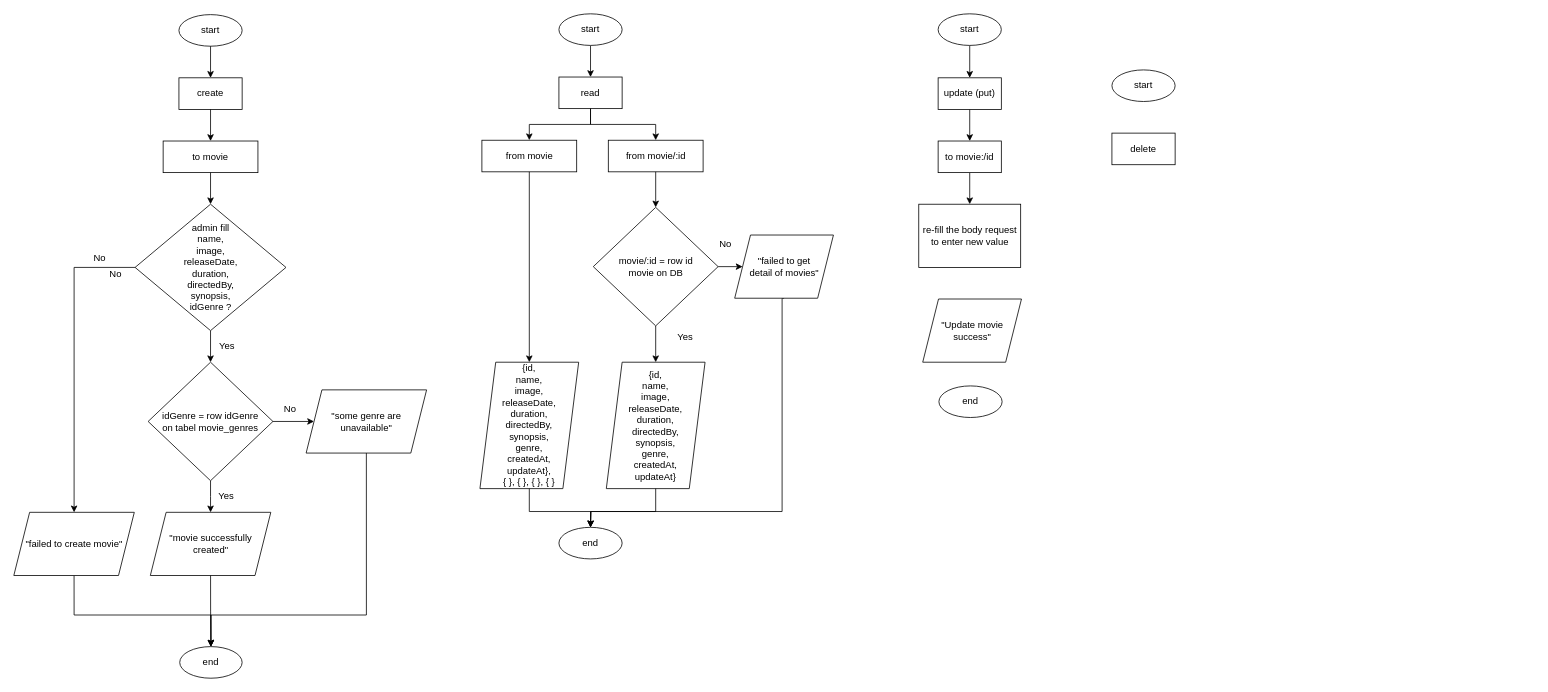
Earlier version of the draw.io diagram Flowchart.drawio (budimanindra/backend-tickitz). Source tidied: cells renumbered, new cells numbered last; positions are measured from the earlier drawing's top-left corner, leaving out a move shared by most shapes. Both pictures are drawn from the tidied source at 79%, with x=0, y=0 at pixel (13, 13).
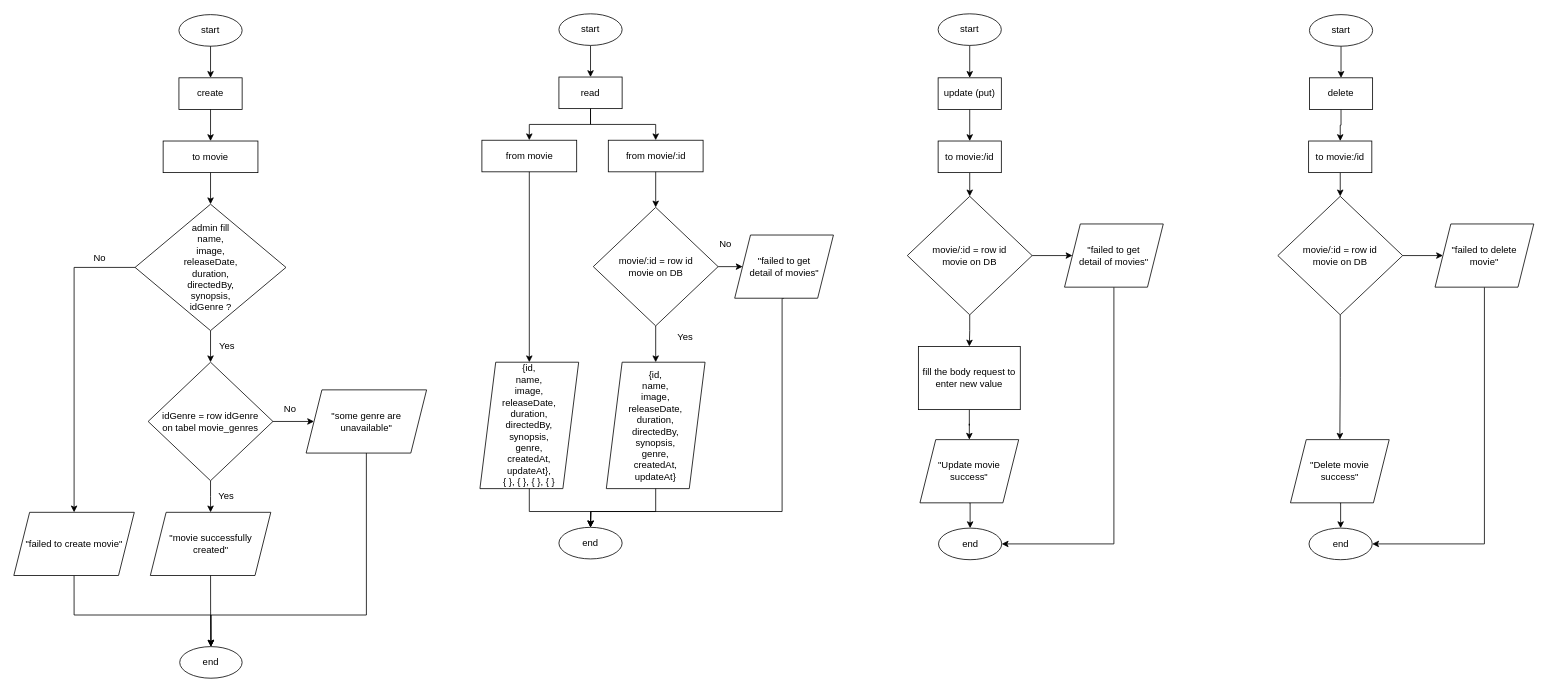
The same diagram, later.

The change refers to these unchanged cells:
```xml
<mxCell id="30" style="group;" parent="1" vertex="1">
  <mxGeometry y="1" width="522.5" height="840" as="geometry" />
</mxCell>
<mxCell id="56" value="to movie:/id" style="rounded=0;whiteSpace=wrap;html=1;" parent="1" vertex="1">
  <mxGeometry x="1170" y="161" width="80" height="40" as="geometry" />
</mxCell>
```

What changed in the source:
```diff
@@
+    <mxCell id="60" style="edgeStyle=orthogonalEdgeStyle;rounded=0;jettySize=auto;html=1;exitX=0.5;exitY=1;exitDx=0;exitDy=0;entryX=0.5;entryY=0;entryDx=0;entryDy=0;" parent="1" edge="1" source="2" target="71">
+      <mxGeometry relative="1" as="geometry" />
+    </mxCell>
     <mxCell id="2" value="delete" style="rounded=0;whiteSpace=wrap;html=1;" parent="1" vertex="1">
-      <mxGeometry x="1390" y="151" width="80" height="40" as="geometry" />
+      <mxGeometry x="1640" y="81" width="80" height="40" as="geometry" />
     </mxCell>
@@
+    <mxCell id="61" style="edgeStyle=orthogonalEdgeStyle;rounded=0;jettySize=auto;html=1;exitX=0.5;exitY=1;exitDx=0;exitDy=0;entryX=0.5;entryY=0;entryDx=0;entryDy=0;" parent="1" edge="1" source="7" target="2">
+      <mxGeometry relative="1" as="geometry" />
+    </mxCell>
     <mxCell id="7" value="start" style="ellipse;whiteSpace=wrap;html=1;" parent="1" vertex="1">
-      <mxGeometry x="1390" y="71" width="80" height="40" as="geometry" />
+      <mxGeometry x="1640" y="1" width="80" height="40" as="geometry" />
     </mxCell>
@@
-    <mxCell id="54" value="No" style="text;html=1;strokeColor=none;fillColor=none;align=center;verticalAlign=middle;whiteSpace=wrap;rounded=0;" parent="30" vertex="1">
-      <mxGeometry x="109" y="318" width="40" height="20" as="geometry" />
-    </mxCell>
-    <mxCell id="55" style="edgeStyle=orthogonalEdgeStyle;rounded=0;jettySize=auto;html=1;exitX=0.5;exitY=1;exitDx=0;exitDy=0;" parent="1" edge="1" source="56" target="57">
-      <mxGeometry relative="1" as="geometry" />
-    </mxCell>
+    <mxCell id="62" style="edgeStyle=orthogonalEdgeStyle;rounded=0;jettySize=auto;html=1;exitX=0.5;exitY=1;exitDx=0;exitDy=0;entryX=0.5;entryY=0;entryDx=0;entryDy=0;" parent="1" edge="1" source="56" target="67">
+      <mxGeometry relative="1" as="geometry" />
+    </mxCell>
@@
+    <mxCell id="63" style="edgeStyle=orthogonalEdgeStyle;rounded=0;jettySize=auto;html=1;exitX=0.5;exitY=1;exitDx=0;exitDy=0;" parent="1" edge="1" source="57" target="59">
+      <mxGeometry relative="1" as="geometry" />
+    </mxCell>
-    <mxCell id="57" value="re-fill the body request to enter new value" style="rounded=0;whiteSpace=wrap;html=1;" parent="1" vertex="1">
-      <mxGeometry x="1145.5" y="241" width="129" height="80" as="geometry" />
+    <mxCell id="57" value="fill the body request to enter new value" style="rounded=0;whiteSpace=wrap;html=1;" parent="1" vertex="1">
+      <mxGeometry x="1145" y="421" width="129" height="80" as="geometry" />
     </mxCell>
     <mxCell id="58" value="end" style="ellipse;whiteSpace=wrap;html=1;" parent="1" vertex="1">
-      <mxGeometry x="1171" y="471" width="80" height="40" as="geometry" />
+      <mxGeometry x="1170.5" y="651" width="80" height="40" as="geometry" />
     </mxCell>
+    <mxCell id="64" style="edgeStyle=orthogonalEdgeStyle;rounded=0;jettySize=auto;html=1;exitX=0.5;exitY=1;exitDx=0;exitDy=0;entryX=0.5;entryY=0;entryDx=0;entryDy=0;" parent="1" edge="1" source="59" target="58">
+      <mxGeometry relative="1" as="geometry" />
+    </mxCell>
     <mxCell id="59" value="&quot;Update movie success&quot;" style="shape=parallelogram;perimeter=parallelogramPerimeter;whiteSpace=wrap;html=1;fixedSize=1;" parent="1" vertex="1">
-      <mxGeometry x="1150.5" y="361" width="125" height="80" as="geometry" />
+      <mxGeometry x="1147" y="539" width="125" height="80" as="geometry" />
     </mxCell>
+    <mxCell id="65" style="edgeStyle=orthogonalEdgeStyle;rounded=0;jettySize=auto;html=1;exitX=1;exitY=0.5;exitDx=0;exitDy=0;entryX=0;entryY=0.5;entryDx=0;entryDy=0;" parent="1" edge="1" source="67" target="69">
+      <mxGeometry relative="1" as="geometry" />
+    </mxCell>
+    <mxCell id="66" style="edgeStyle=orthogonalEdgeStyle;rounded=0;jettySize=auto;html=1;exitX=0.5;exitY=1;exitDx=0;exitDy=0;entryX=0.5;entryY=0;entryDx=0;entryDy=0;" parent="1" edge="1" source="67" target="57">
+      <mxGeometry relative="1" as="geometry" />
+    </mxCell>
+    <mxCell id="67" value="movie/:id = row id &lt;br&gt;movie on DB" style="rhombus;whiteSpace=wrap;html=1;" parent="1" vertex="1">
+      <mxGeometry x="1131" y="231" width="158" height="150" as="geometry" />
+    </mxCell>
+    <mxCell id="68" style="edgeStyle=orthogonalEdgeStyle;rounded=0;jettySize=auto;html=1;exitX=0.5;exitY=1;exitDx=0;exitDy=0;entryX=1;entryY=0.5;entryDx=0;entryDy=0;" parent="1" edge="1" source="69" target="58">
+      <mxGeometry relative="1" as="geometry" />
+    </mxCell>
+    <mxCell id="69" value="&quot;failed to get&lt;br&gt;detail of movies&quot;" style="shape=parallelogram;perimeter=parallelogramPerimeter;whiteSpace=wrap;html=1;fixedSize=1;" parent="1" vertex="1">
+      <mxGeometry x="1330" y="266" width="125" height="80" as="geometry" />
+    </mxCell>
+    <mxCell id="70" style="edgeStyle=orthogonalEdgeStyle;rounded=0;jettySize=auto;html=1;exitX=0.5;exitY=1;exitDx=0;exitDy=0;entryX=0.5;entryY=0;entryDx=0;entryDy=0;" parent="1" edge="1" source="71" target="77">
+      <mxGeometry relative="1" as="geometry" />
+    </mxCell>
+    <mxCell id="71" value="to movie:/id" style="rounded=0;whiteSpace=wrap;html=1;" parent="1" vertex="1">
+      <mxGeometry x="1639" y="161" width="80" height="40" as="geometry" />
+    </mxCell>
+    <mxCell id="72" value="end" style="ellipse;whiteSpace=wrap;html=1;" parent="1" vertex="1">
+      <mxGeometry x="1639.5" y="651" width="80" height="40" as="geometry" />
+    </mxCell>
+    <mxCell id="73" style="edgeStyle=orthogonalEdgeStyle;rounded=0;jettySize=auto;html=1;exitX=0.5;exitY=1;exitDx=0;exitDy=0;entryX=0.5;entryY=0;entryDx=0;entryDy=0;" parent="1" edge="1" source="74" target="72">
+      <mxGeometry relative="1" as="geometry" />
+    </mxCell>
+    <mxCell id="74" value="&quot;Delete movie success&quot;" style="shape=parallelogram;perimeter=parallelogramPerimeter;whiteSpace=wrap;html=1;fixedSize=1;" parent="1" vertex="1">
+      <mxGeometry x="1616" y="539" width="125" height="80" as="geometry" />
+    </mxCell>
+    <mxCell id="75" style="edgeStyle=orthogonalEdgeStyle;rounded=0;jettySize=auto;html=1;exitX=1;exitY=0.5;exitDx=0;exitDy=0;entryX=0;entryY=0.5;entryDx=0;entryDy=0;" parent="1" edge="1" source="77" target="79">
+      <mxGeometry relative="1" as="geometry" />
+    </mxCell>
+    <mxCell id="76" style="edgeStyle=orthogonalEdgeStyle;rounded=0;jettySize=auto;html=1;exitX=0.5;exitY=1;exitDx=0;exitDy=0;" parent="1" edge="1" source="77" target="74">
+      <mxGeometry relative="1" as="geometry" />
+    </mxCell>
+    <mxCell id="77" value="movie/:id = row id &lt;br&gt;movie on DB" style="rhombus;whiteSpace=wrap;html=1;" parent="1" vertex="1">
+      <mxGeometry x="1600" y="231" width="158" height="150" as="geometry" />
+    </mxCell>
+    <mxCell id="78" style="edgeStyle=orthogonalEdgeStyle;rounded=0;jettySize=auto;html=1;exitX=0.5;exitY=1;exitDx=0;exitDy=0;entryX=1;entryY=0.5;entryDx=0;entryDy=0;" parent="1" edge="1" source="79" target="72">
+      <mxGeometry relative="1" as="geometry" />
+    </mxCell>
+    <mxCell id="79" value="&quot;failed to delete&lt;br&gt;movie&quot;" style="shape=parallelogram;perimeter=parallelogramPerimeter;whiteSpace=wrap;html=1;fixedSize=1;" parent="1" vertex="1">
+      <mxGeometry x="1799" y="266" width="125" height="80" as="geometry" />
+    </mxCell>
```
